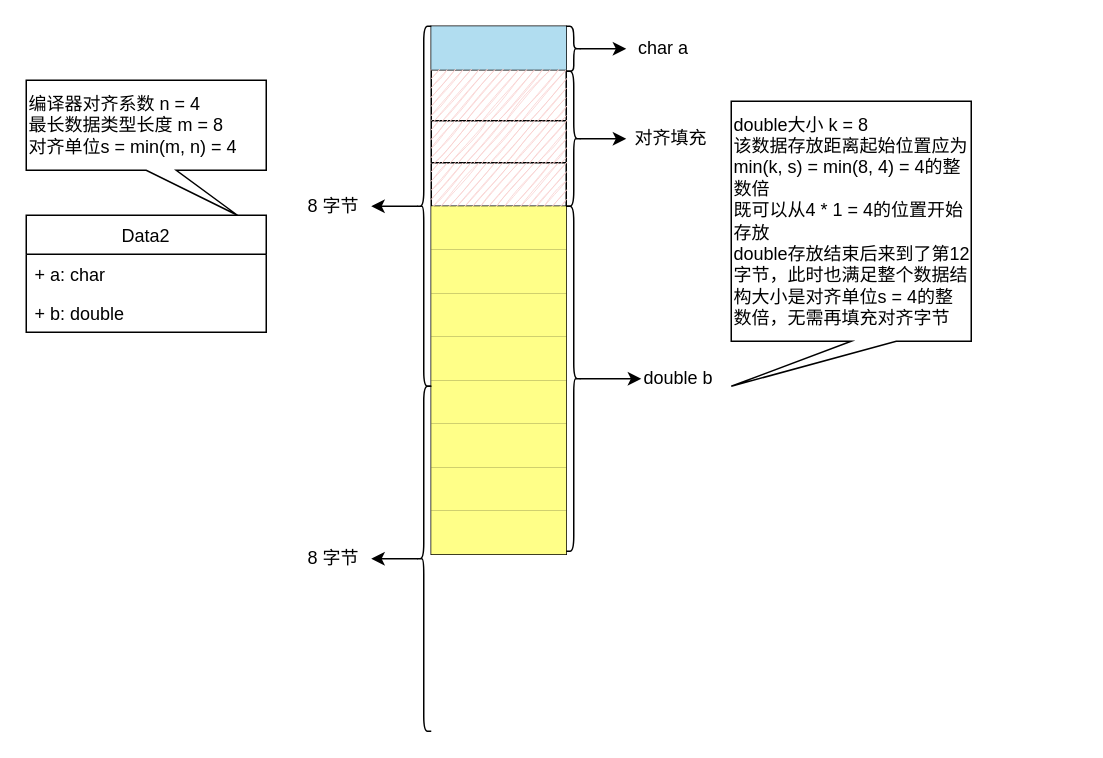
Before: TechStack/memory_alignment_case2.drawio in zhxilin/picbed, a draw.io diagram. Source tidied: cells renumbered, new cells numbered last; positions are measured from the earlier drawing's top-left corner, leaving out a move shared by most shapes. Both pictures are drawn from the tidied source at 150%, with x=0, y=0 at pixel (26, 26).
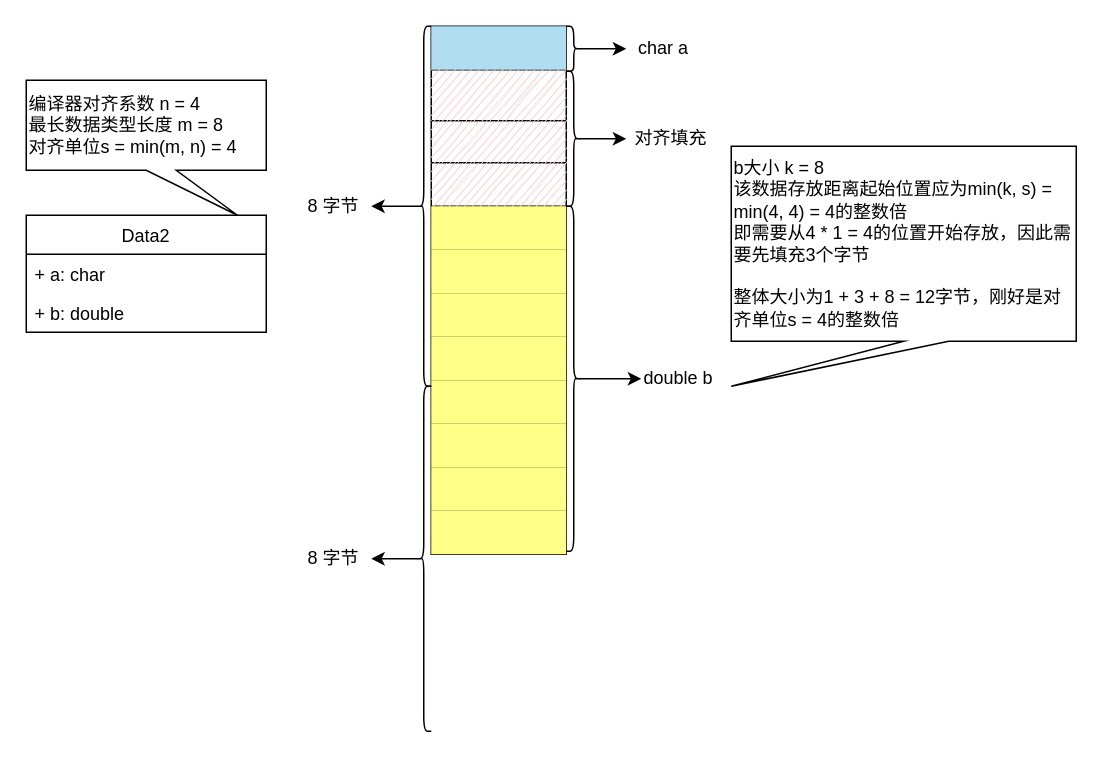
Above is the later version.

What changed in the source:
```diff
@@
-    <mxCell id="46" value="double大小 k = 8&lt;div&gt;该数据存放距离起始位置应为min(k, s) = min(8, 4) = 4的整数倍&lt;/div&gt;&lt;div&gt;既可以从4 * 1 = 4的位置开始存放&lt;/div&gt;&lt;div&gt;double存放结束后来到了第12字节，此时也满足整个数据结构大小是对齐单位s = 4的整数倍，无需再填充对齐字节&lt;/div&gt;" style="shape=callout;whiteSpace=wrap;html=1;perimeter=calloutPerimeter;sketch=0;position2=0;align=left;base=30;" parent="1" vertex="1">
-      <mxGeometry x="470" y="50" width="160" height="190" as="geometry" />
+    <mxCell id="46" value="b大小 k = 8&lt;div&gt;&lt;div&gt;该数据存放距离起始位置应为min(k, s) = min(4, 4) = 4的整数倍&lt;/div&gt;&lt;div&gt;即需要从4 * 1 = 4的位置开始存放，因此需要先填充3个字节&lt;/div&gt;&lt;/div&gt;&lt;div&gt;&lt;br&gt;&lt;/div&gt;&lt;div&gt;整体大小为1 + 3 + 8 = 12字节，刚好是对齐单位s = 4的整数倍&lt;/div&gt;" style="shape=callout;whiteSpace=wrap;html=1;perimeter=calloutPerimeter;sketch=0;position2=0;align=left;base=30;" parent="1" vertex="1">
+      <mxGeometry x="470" y="80" width="230" height="160" as="geometry" />
     </mxCell>
```
